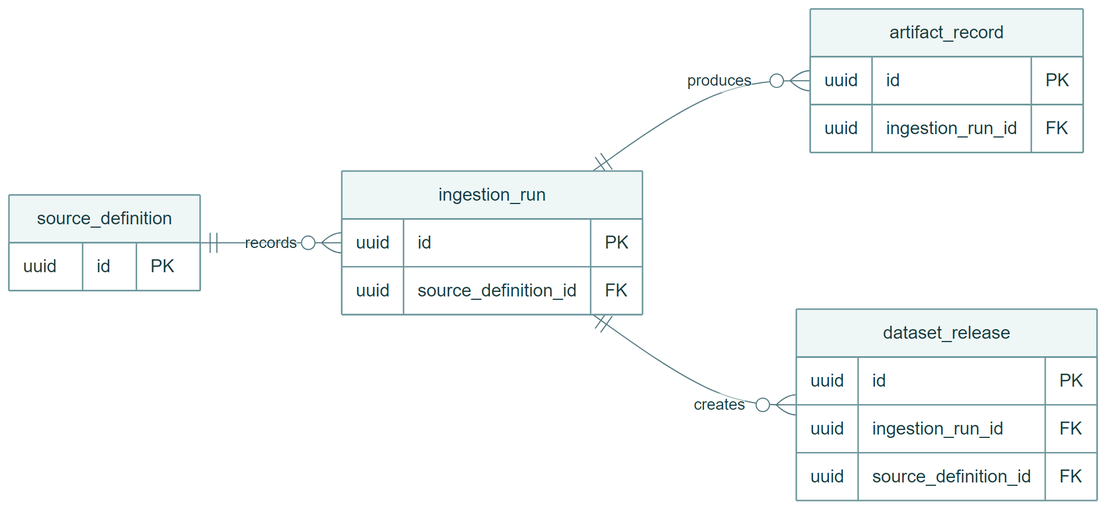
Earlier version of the Mermaid export docs/reports/assets/release-0/feature-1-erd.png (MattShelton04/41026ASDProject). Its source is kept beside it as docs/reports/diagrams/release-0/feature-1-erd.mmd. Source of this version:
```mermaid
%%{init: {"theme":"base","themeVariables":{"fontFamily":"Arial","fontSize":"16px","primaryColor":"#eff6f6","primaryBorderColor":"#6b969b","primaryTextColor":"#153e46","lineColor":"#527a80","secondaryColor":"#f4f6f8","tertiaryColor":"#ffffff"},"flowchart":{"curve":"linear","nodeSpacing":25,"rankSpacing":35}}}%%
erDiagram
    direction LR
    source_definition ||--o{ ingestion_run : records
    ingestion_run ||--o{ artifact_record : produces
    ingestion_run ||--o{ dataset_release : creates
    source_definition { uuid id PK }
    ingestion_run { uuid id PK
        uuid source_definition_id FK }
    artifact_record { uuid id PK
        uuid ingestion_run_id FK }
    dataset_release { uuid id PK
        uuid ingestion_run_id FK
        uuid source_definition_id FK }
```
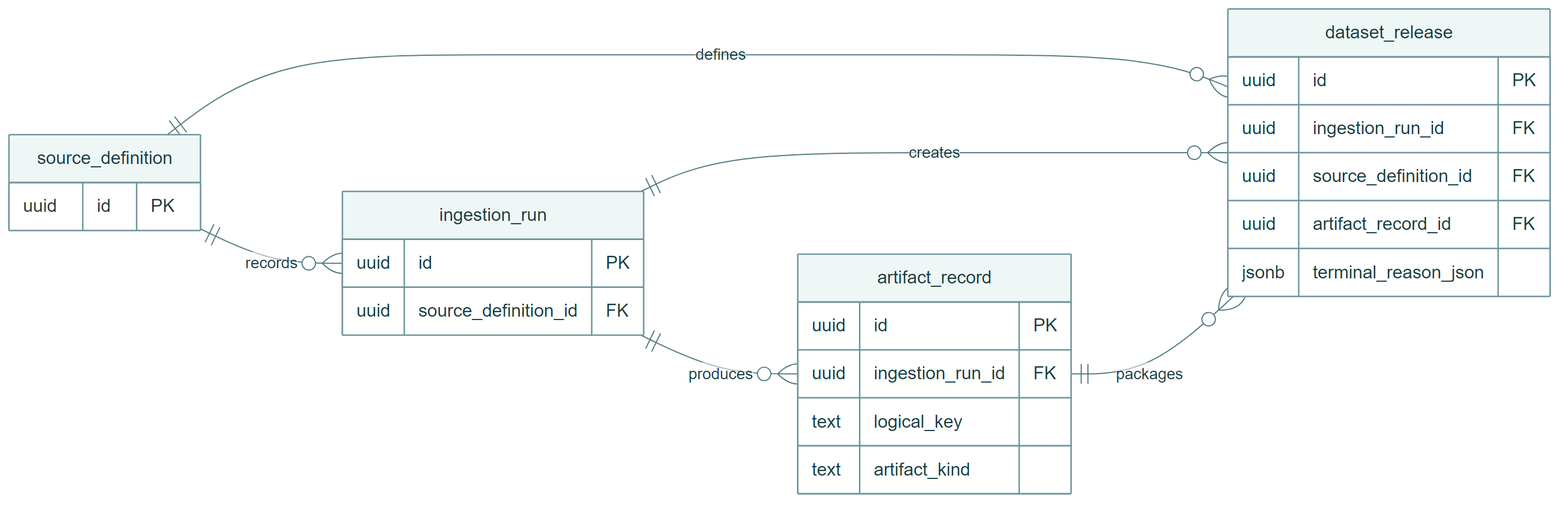
Above is the later version.

Commit message:
docs(report): align schema diagrams and clarify provider choices

What changed in the source:
```diff
@@ -2,13 +2,19 @@
 erDiagram
     direction LR
     source_definition ||--o{ ingestion_run : records
+    source_definition ||--o{ dataset_release : defines
     ingestion_run ||--o{ artifact_record : produces
     ingestion_run ||--o{ dataset_release : creates
+    artifact_record ||--o{ dataset_release : packages
     source_definition { uuid id PK }
     ingestion_run { uuid id PK
         uuid source_definition_id FK }
     artifact_record { uuid id PK
-        uuid ingestion_run_id FK }
+        uuid ingestion_run_id FK
+        text logical_key
+        text artifact_kind }
     dataset_release { uuid id PK
         uuid ingestion_run_id FK
-        uuid source_definition_id FK }
+        uuid source_definition_id FK
+        uuid artifact_record_id FK
+        jsonb terminal_reason_json }
```
